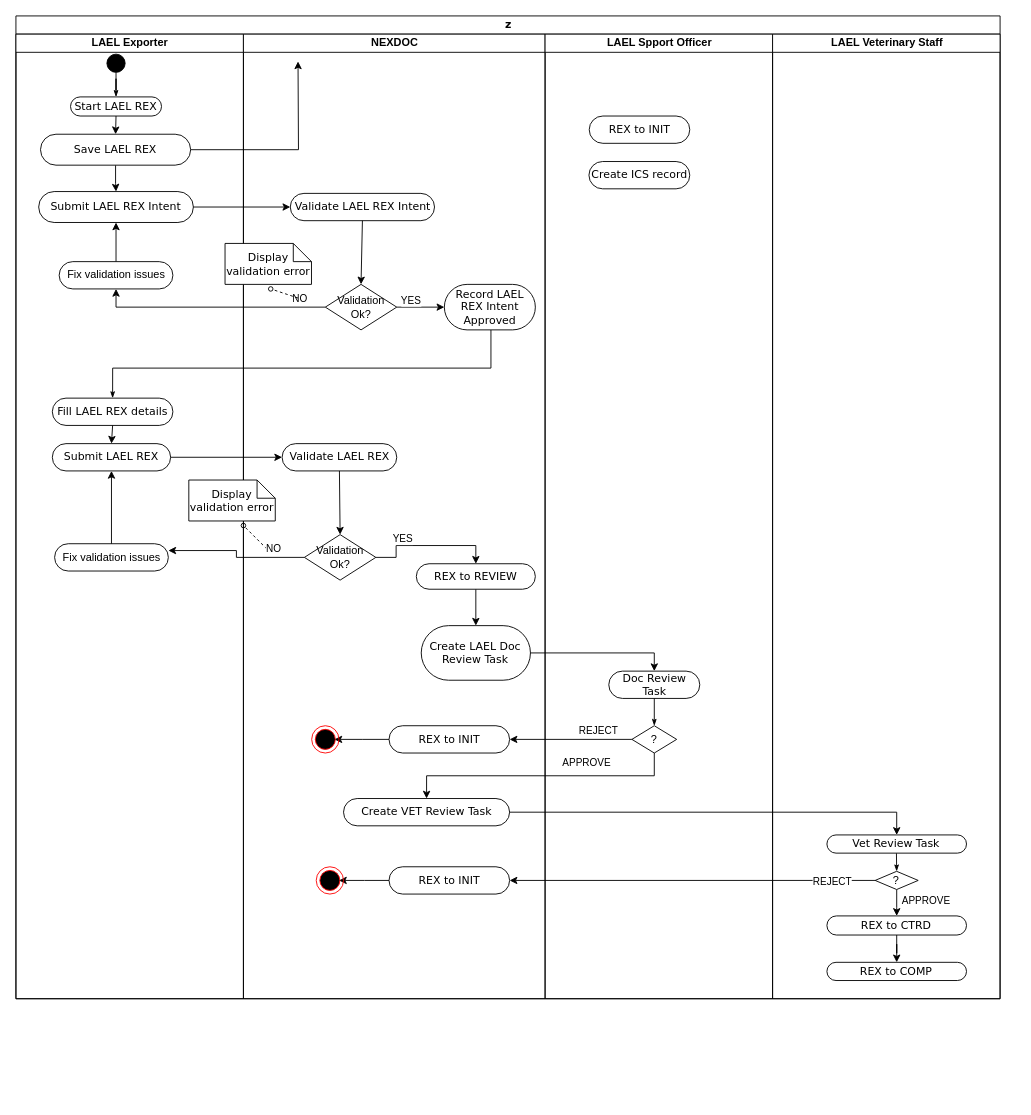
Before: LAEL_REX_Activity_Diagram.drawio in ajithmjose/deleteme, a draw.io diagram. Source tidied: cells renumbered, new cells numbered last; positions are measured from the earlier drawing's top-left corner, leaving out a move shared by most shapes. Both pictures are drawn from the tidied source at 91%, with x=0, y=0 at pixel (15, 15).
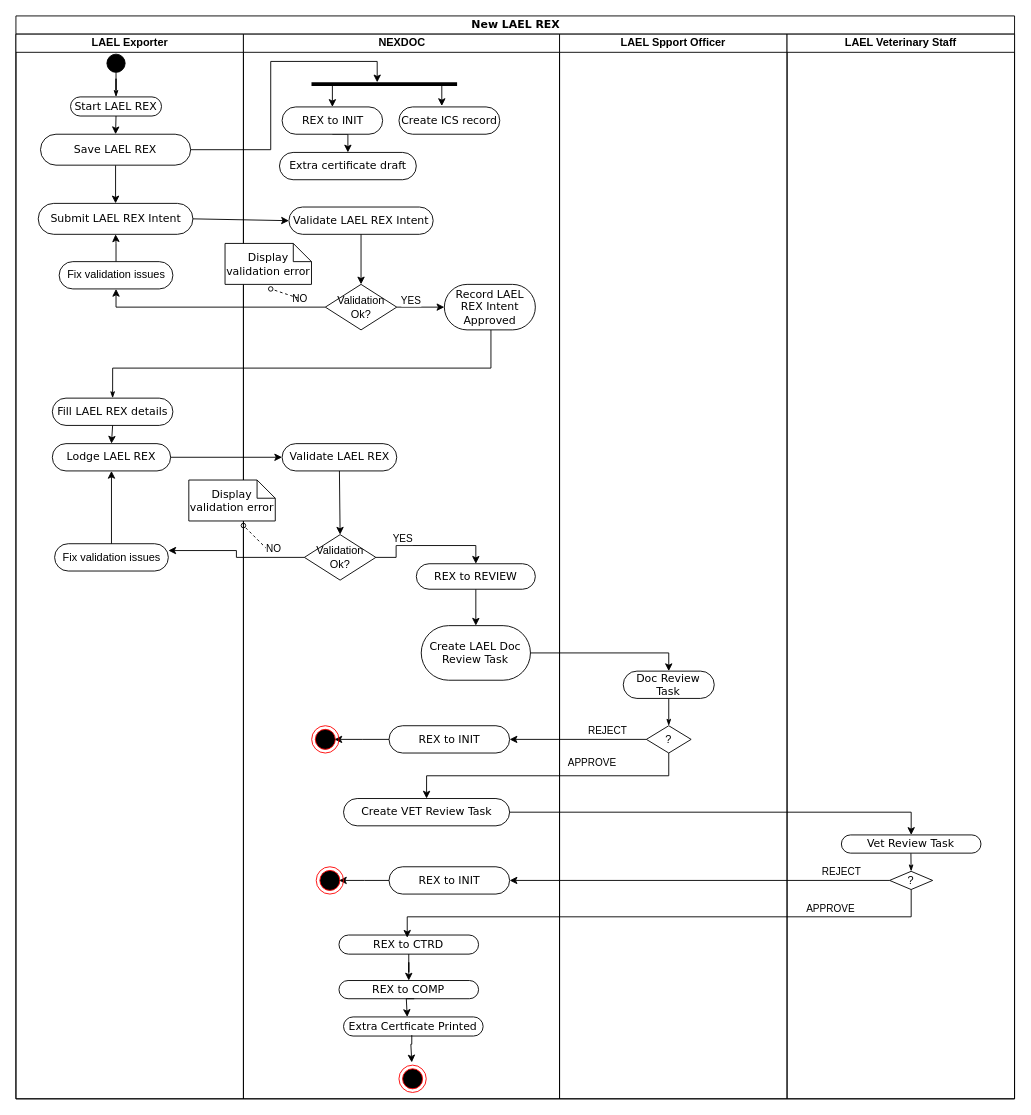
The same diagram, later.

The change refers to these unchanged cells:
```xml
<mxCell id="17" value="Save LAEL REX" style="rounded=1;whiteSpace=wrap;html=1;shadow=0;comic=0;labelBackgroundColor=none;strokeWidth=1;fontFamily=Verdana;fontSize=12;align=center;arcSize=50;" parent="3" vertex="1">
  <mxGeometry x="27" y="110" width="165" height="34" as="geometry" />
</mxCell>
<mxCell id="47" value="REX to INIT" style="rounded=1;whiteSpace=wrap;html=1;shadow=0;comic=0;labelBackgroundColor=none;strokeWidth=1;fontFamily=Verdana;fontSize=12;align=center;arcSize=50;" parent="24" vertex="1">
  <mxGeometry x="160" y="915" width="132.5" height="30" as="geometry" />
</mxCell>
```

Diff of the diagram source:
```diff
@@
-    <mxCell id="2" value="z" style="swimlane;html=1;startSize=20;rounded=0;shadow=0;comic=0;labelBackgroundColor=none;strokeWidth=1;fontFamily=Verdana;fontSize=12;align=center;" parent="1" vertex="1">
-      <mxGeometry width="1081.5" height="1080" as="geometry" />
+    <mxCell id="2" value="New LAEL REX" style="swimlane;html=1;startSize=20;rounded=0;shadow=0;comic=0;labelBackgroundColor=none;strokeWidth=1;fontFamily=Verdana;fontSize=12;align=center;" parent="1" vertex="1">
+      <mxGeometry width="1097.4" height="1190" as="geometry" />
     </mxCell>
     <mxCell id="3" value="LAEL Exporter" style="swimlane;html=1;startSize=20;" parent="2" vertex="1">
-      <mxGeometry y="20" width="250" height="1060" as="geometry" />
+      <mxGeometry y="20" width="250" height="1170" as="geometry" />
     </mxCell>
@@
     <mxCell id="10" value="Submit LAEL REX Intent" style="rounded=1;whiteSpace=wrap;html=1;shadow=0;comic=0;labelBackgroundColor=none;strokeWidth=1;fontFamily=Verdana;fontSize=12;align=center;arcSize=50;" parent="3" vertex="1">
-      <mxGeometry x="25" y="173" width="170" height="34" as="geometry" />
+      <mxGeometry x="24.5" y="186" width="170" height="34" as="geometry" />
     </mxCell>
@@
-    <mxCell id="15" value="Submit LAEL REX" style="rounded=1;whiteSpace=wrap;html=1;shadow=0;comic=0;labelBackgroundColor=none;strokeWidth=1;fontFamily=Verdana;fontSize=12;align=center;arcSize=50;" parent="3" vertex="1">
+    <mxCell id="15" value="Lodge LAEL REX" style="rounded=1;whiteSpace=wrap;html=1;shadow=0;comic=0;labelBackgroundColor=none;strokeWidth=1;fontFamily=Verdana;fontSize=12;align=center;arcSize=50;" parent="3" vertex="1">
       <mxGeometry x="40" y="450" width="130" height="30" as="geometry" />
     </mxCell>
@@
     <mxCell id="24" value="NEXDOC" style="swimlane;html=1;startSize=20;" parent="2" vertex="1">
-      <mxGeometry x="250" y="20" width="331.5" height="1060" as="geometry" />
+      <mxGeometry x="250" y="20" width="347.4" height="1170" as="geometry" />
     </mxCell>
@@
     <mxCell id="26" value="Validate LAEL REX Intent" style="rounded=1;whiteSpace=wrap;html=1;shadow=0;comic=0;labelBackgroundColor=none;strokeWidth=1;fontFamily=Verdana;fontSize=12;align=center;arcSize=50;" parent="24" vertex="1">
-      <mxGeometry x="51.5" y="175" width="158.5" height="30" as="geometry" />
+      <mxGeometry x="50" y="190" width="158.5" height="30" as="geometry" />
     </mxCell>
@@
+    <mxCell id="88" style="line;strokeWidth=4;html=1;perimeter=backbonePerimeter;points=[];outlineConnect=0;" parent="24" vertex="1">
+      <mxGeometry x="74.8" y="50" width="160" height="10" as="geometry" />
+    </mxCell>
+    <mxCell id="89" style="edgeStyle=orthogonalEdgeStyle;rounded=0;jettySize=auto;html=1;exitX=0.5;exitY=1;exitDx=0;exitDy=0;entryX=0.5;entryY=0;entryDx=0;entryDy=0;" parent="24" edge="1" source="61" target="91">
+      <mxGeometry relative="1" as="geometry" />
+    </mxCell>
+    <mxCell id="61" value="REX to INIT" style="rounded=1;whiteSpace=wrap;html=1;shadow=0;comic=0;labelBackgroundColor=none;strokeWidth=1;fontFamily=Verdana;fontSize=12;align=center;arcSize=50;" parent="24" vertex="1">
+      <mxGeometry x="42.5" y="80" width="110.5" height="30" as="geometry" />
+    </mxCell>
+    <mxCell id="62" value="Create ICS record" style="rounded=1;whiteSpace=wrap;html=1;shadow=0;comic=0;labelBackgroundColor=none;strokeWidth=1;fontFamily=Verdana;fontSize=12;align=center;arcSize=50;" parent="24" vertex="1">
+      <mxGeometry x="170.9" y="80" width="110.8" height="30" as="geometry" />
+    </mxCell>
+    <mxCell id="90" style="endArrow=classic;html=1;rounded=0;entryX=0.5;entryY=0;entryDx=0;entryDy=0;" parent="24" edge="1" source="88" target="61">
+      <mxGeometry relative="1" as="geometry" />
+    </mxCell>
+    <mxCell id="91" value="Extra certificate draft" style="rounded=1;whiteSpace=wrap;html=1;shadow=0;comic=0;labelBackgroundColor=none;strokeWidth=1;fontFamily=Verdana;fontSize=12;align=center;arcSize=50;" parent="24" vertex="1">
+      <mxGeometry x="39.6" y="130" width="150.4" height="30" as="geometry" />
+    </mxCell>
+    <mxCell id="85" value="REX to COMP" style="rounded=1;whiteSpace=wrap;html=1;shadow=0;comic=0;labelBackgroundColor=none;strokeWidth=1;fontFamily=Verdana;fontSize=12;align=center;arcSize=50;" parent="24" vertex="1">
+      <mxGeometry x="105" y="1040" width="153.4" height="20" as="geometry" />
+    </mxCell>
+    <mxCell id="84" value="REX to CTRD" style="rounded=1;whiteSpace=wrap;html=1;shadow=0;comic=0;labelBackgroundColor=none;strokeWidth=1;fontFamily=Verdana;fontSize=12;align=center;arcSize=50;" parent="24" vertex="1">
+      <mxGeometry x="105" y="990" width="153.4" height="21" as="geometry" />
+    </mxCell>
+    <mxCell id="83" style="edgeStyle=orthogonalEdgeStyle;rounded=0;jettySize=auto;html=1;" parent="24" edge="1" source="84" target="85">
+      <mxGeometry relative="1" as="geometry" />
+    </mxCell>
+    <mxCell id="92" value="Extra Certficate Printed" style="rounded=1;whiteSpace=wrap;html=1;shadow=0;comic=0;labelBackgroundColor=none;strokeWidth=1;fontFamily=Verdana;fontSize=12;align=center;arcSize=50;" parent="24" vertex="1">
+      <mxGeometry x="110" y="1080" width="153.4" height="21" as="geometry" />
+    </mxCell>
+    <mxCell id="93" style="edgeStyle=orthogonalEdgeStyle;rounded=0;orthogonalLoop=1;jettySize=auto;html=1;exitX=0.5;exitY=1;exitDx=0;exitDy=0;" parent="24" edge="1">
+      <mxGeometry relative="1" as="geometry">
+        <mxPoint x="187.7" y="1060" as="sourcePoint" />
+        <mxPoint x="180" y="1080" as="targetPoint" />
+        <Array as="points">
+          <mxPoint x="179" y="1060" />
+        </Array>
+      </mxGeometry>
+    </mxCell>
+    <mxCell id="94" style="ellipse;html=1;shape=endState;fillColor=#000000;strokeColor=#ff0000;" parent="24" vertex="1">
+      <mxGeometry x="170.9" y="1133" width="30" height="30" as="geometry" />
+    </mxCell>
     <mxCell id="50" value="LAEL Spport Officer" style="swimlane;html=1;startSize=20;" parent="2" vertex="1">
-      <mxGeometry x="581.5" y="20" width="250" height="1060" as="geometry" />
+      <mxGeometry x="597.4" y="20" width="250" height="1170" as="geometry" />
     </mxCell>
@@
-    <mxCell id="61" value="REX to INIT" style="rounded=1;whiteSpace=wrap;html=1;shadow=0;comic=0;labelBackgroundColor=none;strokeWidth=1;fontFamily=Verdana;fontSize=12;align=center;arcSize=50;" parent="50" vertex="1">
-      <mxGeometry x="48.5" y="90" width="110.5" height="30" as="geometry" />
-    </mxCell>
-    <mxCell id="62" value="Create ICS record" style="rounded=1;whiteSpace=wrap;html=1;shadow=0;comic=0;labelBackgroundColor=none;strokeWidth=1;fontFamily=Verdana;fontSize=12;align=center;arcSize=50;" parent="50" vertex="1">
-      <mxGeometry x="48.2" y="140" width="110.8" height="30" as="geometry" />
-    </mxCell>
-    <mxCell id="63" style="edgeStyle=orthogonalEdgeStyle;rounded=0;jettySize=auto;html=1;" parent="2" edge="1" source="17">
-      <mxGeometry relative="1" as="geometry">
-        <mxPoint x="310" y="50" as="targetPoint" />
-      </mxGeometry>
-    </mxCell>
@@
     <mxCell id="74" value="LAEL Veterinary Staff" style="swimlane;html=1;startSize=20;" parent="2" vertex="1">
-      <mxGeometry x="831.5" y="20" width="250" height="1060" as="geometry" />
+      <mxGeometry x="847.4" y="20" width="250" height="1170" as="geometry" />
     </mxCell>
@@
+    <mxCell id="82" value="?" style="rhombus;whiteSpace=wrap;html=1;" parent="74" vertex="1">
+      <mxGeometry x="112.7" y="920" width="47.3" height="20" as="geometry" />
+    </mxCell>
+    <mxCell id="86" style="edgeStyle=orthogonalEdgeStyle;rounded=0;jettySize=auto;html=1;entryX=1;entryY=0.5;entryDx=0;entryDy=0;" parent="2" edge="1" source="82" target="47">
+      <mxGeometry relative="1" as="geometry" />
+    </mxCell>
+    <mxCell id="87" value="REJECT" style="edgeLabel;html=1;align=center;verticalAlign=middle;" parent="86" vertex="1">
+      <mxGeometry x="-0.76" relative="1" as="geometry">
+        <mxPoint x="-4" y="-10" as="offset" />
+      </mxGeometry>
+    </mxCell>
+    <mxCell id="63" style="edgeStyle=orthogonalEdgeStyle;rounded=0;jettySize=auto;html=1;exitX=1;exitY=0.5;exitDx=0;exitDy=0;" parent="2" edge="1" source="17" target="88">
+      <mxGeometry relative="1" as="geometry">
+        <Array as="points">
+          <mxPoint x="280" y="147" />
+          <mxPoint x="280" y="50" />
+          <mxPoint x="397" y="50" />
+        </Array>
+      </mxGeometry>
+    </mxCell>
-    <mxCell id="80" style="edgeStyle=orthogonalEdgeStyle;rounded=0;jettySize=auto;html=1;entryX=0.5;entryY=0;entryDx=0;entryDy=0;entryPerimeter=0;" parent="74" edge="1" source="82" target="84">
-      <mxGeometry relative="1" as="geometry" />
+    <mxCell id="80" style="edgeStyle=orthogonalEdgeStyle;rounded=0;jettySize=auto;html=1;" parent="2" edge="1" source="82">
+      <mxGeometry relative="1" as="geometry">
+        <mxPoint x="430" y="1013" as="targetPoint" />
+        <Array as="points">
+          <mxPoint x="984" y="990" />
+          <mxPoint x="430" y="990" />
+        </Array>
+      </mxGeometry>
     </mxCell>
     <mxCell id="81" value="APPROVE" style="edgeLabel;html=1;align=center;verticalAlign=middle;" parent="80" vertex="1">
       <mxGeometry x="-0.33" y="2" relative="1" as="geometry">
-        <mxPoint x="30" y="2" as="offset" />
+        <mxPoint x="84" y="-12" as="offset" />
       </mxGeometry>
     </mxCell>
-    <mxCell id="82" value="?" style="rhombus;whiteSpace=wrap;html=1;" parent="74" vertex="1">
-      <mxGeometry x="112.7" y="920" width="47.3" height="20" as="geometry" />
-    </mxCell>
-    <mxCell id="83" style="edgeStyle=orthogonalEdgeStyle;rounded=0;jettySize=auto;html=1;" parent="74" edge="1" source="84" target="85">
-      <mxGeometry relative="1" as="geometry" />
-    </mxCell>
-    <mxCell id="84" value="REX to CTRD" style="rounded=1;whiteSpace=wrap;html=1;shadow=0;comic=0;labelBackgroundColor=none;strokeWidth=1;fontFamily=Verdana;fontSize=12;align=center;arcSize=50;" parent="74" vertex="1">
-      <mxGeometry x="59.7" y="969" width="153.4" height="21" as="geometry" />
-    </mxCell>
-    <mxCell id="85" value="REX to COMP" style="rounded=1;whiteSpace=wrap;html=1;shadow=0;comic=0;labelBackgroundColor=none;strokeWidth=1;fontFamily=Verdana;fontSize=12;align=center;arcSize=50;" parent="74" vertex="1">
-      <mxGeometry x="59.7" y="1020" width="153.4" height="20" as="geometry" />
-    </mxCell>
-    <mxCell id="86" style="edgeStyle=orthogonalEdgeStyle;rounded=0;jettySize=auto;html=1;entryX=1;entryY=0.5;entryDx=0;entryDy=0;" parent="2" edge="1" source="82" target="47">
-      <mxGeometry relative="1" as="geometry" />
-    </mxCell>
-    <mxCell id="87" value="REJECT" style="edgeLabel;html=1;align=center;verticalAlign=middle;" parent="86" vertex="1">
-      <mxGeometry x="-0.76" relative="1" as="geometry" />
-    </mxCell>
+    <mxCell id="95" style="endArrow=classic;html=1;rounded=0;entryX=0.5;entryY=0;entryDx=0;entryDy=0;" parent="1" edge="1" source="88">
+      <mxGeometry relative="1" as="geometry">
+        <mxPoint x="468" y="99" as="targetPoint" />
+      </mxGeometry>
+    </mxCell>
+    <mxCell id="96" style="edgeStyle=orthogonalEdgeStyle;rounded=0;jettySize=auto;html=1;exitX=0.489;exitY=0.952;exitDx=0;exitDy=0;exitPerimeter=0;" parent="1" edge="1" source="92">
+      <mxGeometry relative="1" as="geometry">
+        <mxPoint x="435" y="1150" as="targetPoint" />
+        <Array as="points">
+          <mxPoint x="435" y="1130" />
+          <mxPoint x="434" y="1130" />
+        </Array>
+      </mxGeometry>
+    </mxCell>
```
